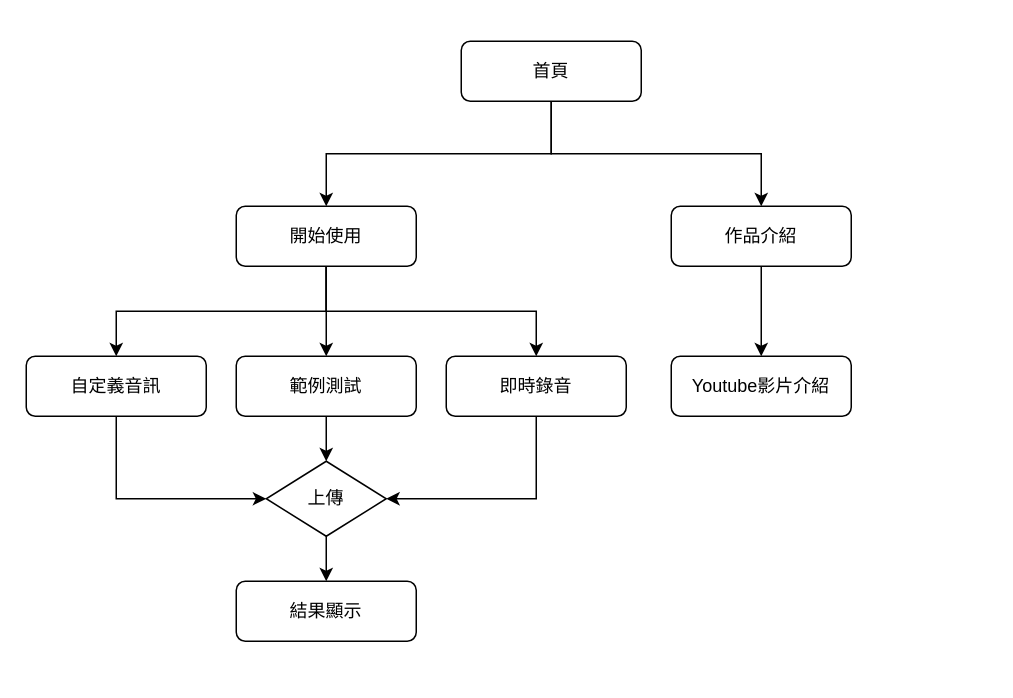
This is diagram/期末流程圖.drawio from benhsu0828/IosApp, a draw.io file, before an edit. Source tidied: cells renumbered, new cells numbered last; positions are measured from the earlier drawing's top-left corner, leaving out a move shared by most shapes. Both pictures are drawn from the tidied source at 150%, with x=0, y=0 at pixel (26, 40).
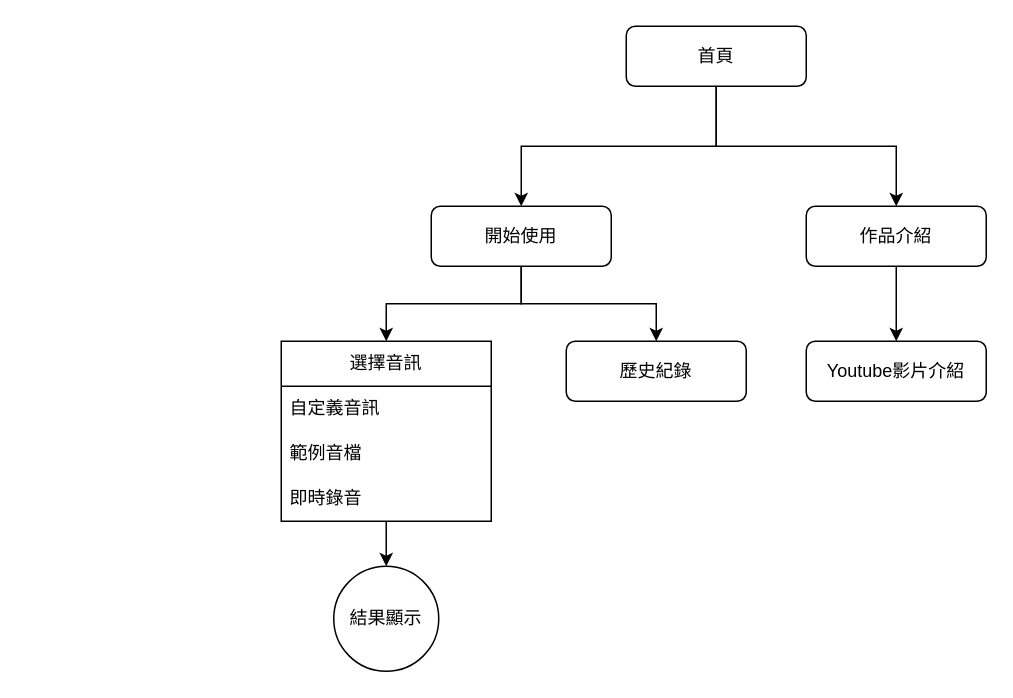
The same page after the edit.

Commit message (it also covers changes not shown here):
更新期末流程圖.drawio

What changed in the source:
```diff
@@
     <mxCell id="4" value="首頁" style="rounded=1;whiteSpace=wrap;html=1;fontSize=12;glass=0;strokeWidth=1;shadow=0;" parent="1" vertex="1">
-      <mxGeometry x="290" width="120" height="40" as="geometry" />
+      <mxGeometry x="400" y="-10" width="120" height="40" as="geometry" />
     </mxCell>
@@
     <mxCell id="6" value="作品介紹" style="rounded=1;whiteSpace=wrap;html=1;fontSize=12;glass=0;strokeWidth=1;shadow=0;" parent="1" vertex="1">
-      <mxGeometry x="430" y="110" width="120" height="40" as="geometry" />
+      <mxGeometry x="520" y="110" width="120" height="40" as="geometry" />
     </mxCell>
-    <mxCell id="7" style="edgeStyle=orthogonalEdgeStyle;rounded=0;jettySize=auto;html=1;exitX=0.5;exitY=1;exitDx=0;exitDy=0;entryX=0;entryY=0.5;entryDx=0;entryDy=0;" parent="1" edge="1" source="8" target="18">
-      <mxGeometry relative="1" as="geometry" />
-    </mxCell>
+    <mxCell id="21" style="edgeStyle=orthogonalEdgeStyle;rounded=0;jettySize=auto;html=1;exitX=0.5;exitY=1;exitDx=0;exitDy=0;entryX=0.5;entryY=0;entryDx=0;entryDy=0;" parent="1" edge="1" source="12" target="23">
+      <mxGeometry relative="1" as="geometry" />
+    </mxCell>
+    <mxCell id="22" style="edgeStyle=orthogonalEdgeStyle;rounded=0;jettySize=auto;html=1;exitX=0.5;exitY=1;exitDx=0;exitDy=0;entryX=0.5;entryY=0;entryDx=0;entryDy=0;" parent="1" edge="1" source="12" target="25">
+      <mxGeometry relative="1" as="geometry" />
+    </mxCell>
+    <mxCell id="12" value="開始使用" style="rounded=1;whiteSpace=wrap;html=1;fontSize=12;glass=0;strokeWidth=1;shadow=0;" parent="1" vertex="1">
+      <mxGeometry x="270" y="110" width="120" height="40" as="geometry" />
+    </mxCell>
+    <mxCell id="20" value="Youtube影片介紹" style="rounded=1;whiteSpace=wrap;html=1;fontSize=12;glass=0;strokeWidth=1;shadow=0;" parent="1" vertex="1">
+      <mxGeometry x="520" y="200" width="120" height="40" as="geometry" />
+    </mxCell>
+    <mxCell id="23" value="歷史紀錄" style="rounded=1;whiteSpace=wrap;html=1;fontSize=12;glass=0;strokeWidth=1;shadow=0;" parent="1" vertex="1">
+      <mxGeometry x="360" y="200" width="120" height="40" as="geometry" />
+    </mxCell>
+    <mxCell id="24" style="edgeStyle=orthogonalEdgeStyle;rounded=0;jettySize=auto;html=1;entryX=0.5;entryY=0;entryDx=0;entryDy=0;" parent="1" edge="1" source="25">
+      <mxGeometry relative="1" as="geometry">
+        <mxPoint x="240" y="350" as="targetPoint" />
+      </mxGeometry>
+    </mxCell>
+    <mxCell id="25" value="選擇音訊" style="swimlane;fontStyle=0;horizontal=1;startSize=30;whiteSpace=wrap;html=1;" parent="1" vertex="1">
+      <mxGeometry x="170" y="200" width="140" height="120" as="geometry" />
+    </mxCell>
-    <mxCell id="8" value="自定義音訊" style="rounded=1;whiteSpace=wrap;html=1;fontSize=12;glass=0;strokeWidth=1;shadow=0;" parent="1" vertex="1">
-      <mxGeometry y="210" width="120" height="40" as="geometry" />
+    <mxCell id="8" value="自定義音訊" style="text;strokeColor=none;fillColor=none;align=left;verticalAlign=middle;spacingLeft=4;spacingRight=4;overflow=hidden;points=[[0,0.5],[1,0.5]];portConstraint=eastwest;whiteSpace=wrap;html=1;" parent="25" vertex="1">
+      <mxGeometry y="30" width="140" height="30" as="geometry" />
     </mxCell>
-    <mxCell id="9" style="edgeStyle=orthogonalEdgeStyle;rounded=0;jettySize=auto;html=1;entryX=0.5;entryY=0;entryDx=0;entryDy=0;exitX=0.5;exitY=1;exitDx=0;exitDy=0;" parent="1" edge="1" source="12" target="8">
-      <mxGeometry relative="1" as="geometry">
-        <Array as="points">
-          <mxPoint x="200" y="180" />
-          <mxPoint x="60" y="180" />
-        </Array>
-      </mxGeometry>
-    </mxCell>
-    <mxCell id="10" style="edgeStyle=orthogonalEdgeStyle;rounded=0;jettySize=auto;html=1;exitX=0.5;exitY=1;exitDx=0;exitDy=0;entryX=0.5;entryY=0;entryDx=0;entryDy=0;" parent="1" edge="1" source="12" target="14">
-      <mxGeometry relative="1" as="geometry" />
-    </mxCell>
-    <mxCell id="11" style="edgeStyle=orthogonalEdgeStyle;rounded=0;jettySize=auto;html=1;exitX=0.5;exitY=1;exitDx=0;exitDy=0;entryX=0.5;entryY=0;entryDx=0;entryDy=0;" parent="1" edge="1" source="12" target="16">
-      <mxGeometry relative="1" as="geometry" />
-    </mxCell>
-    <mxCell id="12" value="開始使用" style="rounded=1;whiteSpace=wrap;html=1;fontSize=12;glass=0;strokeWidth=1;shadow=0;" parent="1" vertex="1">
-      <mxGeometry x="140" y="110" width="120" height="40" as="geometry" />
-    </mxCell>
-    <mxCell id="13" style="edgeStyle=orthogonalEdgeStyle;rounded=0;jettySize=auto;html=1;exitX=0.5;exitY=1;exitDx=0;exitDy=0;entryX=0.5;entryY=0;entryDx=0;entryDy=0;" parent="1" edge="1" source="14" target="18">
-      <mxGeometry relative="1" as="geometry" />
-    </mxCell>
-    <mxCell id="14" value="範例測試" style="rounded=1;whiteSpace=wrap;html=1;fontSize=12;glass=0;strokeWidth=1;shadow=0;" parent="1" vertex="1">
-      <mxGeometry x="140" y="210" width="120" height="40" as="geometry" />
-    </mxCell>
-    <mxCell id="15" style="edgeStyle=orthogonalEdgeStyle;rounded=0;jettySize=auto;html=1;exitX=0.5;exitY=1;exitDx=0;exitDy=0;entryX=1;entryY=0.5;entryDx=0;entryDy=0;" parent="1" edge="1" source="16" target="18">
-      <mxGeometry relative="1" as="geometry" />
-    </mxCell>
+    <mxCell id="26" value="範例音檔" style="text;strokeColor=none;fillColor=none;align=left;verticalAlign=middle;spacingLeft=4;spacingRight=4;overflow=hidden;whiteSpace=wrap;html=1;" parent="25" vertex="1">
+      <mxGeometry y="60" width="140" height="30" as="geometry" />
+    </mxCell>
-    <mxCell id="16" value="即時錄音" style="rounded=1;whiteSpace=wrap;html=1;fontSize=12;glass=0;strokeWidth=1;shadow=0;" parent="1" vertex="1">
-      <mxGeometry x="280" y="210" width="120" height="40" as="geometry" />
+    <mxCell id="16" value="即時錄音" style="text;strokeColor=none;fillColor=none;align=left;verticalAlign=middle;spacingLeft=4;spacingRight=4;overflow=hidden;points=[[0,0.5],[1,0.5]];portConstraint=eastwest;whiteSpace=wrap;html=1;" parent="25" vertex="1">
+      <mxGeometry y="90" width="140" height="30" as="geometry" />
     </mxCell>
-    <mxCell id="17" style="edgeStyle=orthogonalEdgeStyle;rounded=0;jettySize=auto;html=1;exitX=0.5;exitY=1;exitDx=0;exitDy=0;entryX=0.5;entryY=0;entryDx=0;entryDy=0;" parent="1" edge="1" source="18" target="19">
-      <mxGeometry relative="1" as="geometry" />
-    </mxCell>
-    <mxCell id="18" value="上傳" style="rhombus;whiteSpace=wrap;html=1;" parent="1" vertex="1">
-      <mxGeometry x="160" y="280" width="80" height="50" as="geometry" />
-    </mxCell>
-    <mxCell id="19" value="結果顯示" style="rounded=1;whiteSpace=wrap;html=1;fontSize=12;glass=0;strokeWidth=1;shadow=0;" parent="1" vertex="1">
-      <mxGeometry x="140" y="360" width="120" height="40" as="geometry" />
+    <mxCell id="19" value="結果顯示" style="ellipse;whiteSpace=wrap;html=1;" parent="1" vertex="1">
+      <mxGeometry x="205" y="350" width="70" height="70" as="geometry" />
     </mxCell>
-    <mxCell id="20" value="Youtube影片介紹" style="rounded=1;whiteSpace=wrap;html=1;fontSize=12;glass=0;strokeWidth=1;shadow=0;" parent="1" vertex="1">
-      <mxGeometry x="430" y="210" width="120" height="40" as="geometry" />
-    </mxCell>
```
